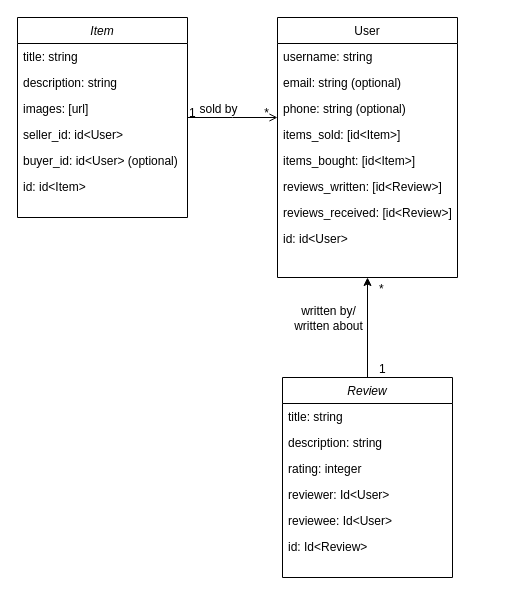
This is classdiagram.drawio from davepatel2/StuffEx---full-stack, a draw.io file, before an edit. Source tidied: cells renumbered, new cells numbered last; positions are measured from the earlier drawing's top-left corner, leaving out a move shared by most shapes. Both pictures are drawn from the tidied source at 100%, with x=0, y=0 at pixel (17, 17).
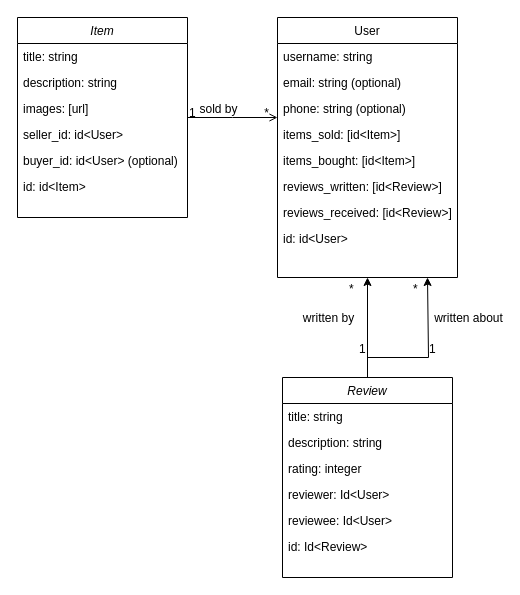
The same page after the edit.

Commit message:
Put two arrows between users and reviews

Unchanged cells that the change refers to:
```xml
<mxCell id="23" value="Review" style="swimlane;fontStyle=2;align=center;verticalAlign=top;horizontal=1;startSize=26;rounded=0;shadow=0;strokeWidth=1;" parent="1" vertex="1">
  <mxGeometry x="265" y="360" width="170" height="200" as="geometry" />
</mxCell>
```

What changed in the source:
```diff
@@
+    <mxCell id="33" style="edgeStyle=orthogonalEdgeStyle;rounded=0;jettySize=auto;html=1;" parent="1" edge="1" source="23">
+      <mxGeometry relative="1" as="geometry">
+        <mxPoint x="410" y="260" as="targetPoint" />
+        <Array as="points">
+          <mxPoint x="350" y="340" />
+          <mxPoint x="411" y="340" />
+        </Array>
+      </mxGeometry>
+    </mxCell>
@@
-    <mxCell id="30" value="written by/&lt;br&gt;written about" style="text;html=1;align=center;verticalAlign=middle;labelBackgroundColor=none;rounded=0;shadow=0;strokeWidth=1;fontSize=12;" parent="1" vertex="1">
+    <mxCell id="30" value="written by" style="text;html=1;align=center;verticalAlign=middle;labelBackgroundColor=none;rounded=0;shadow=0;strokeWidth=1;fontSize=12;" parent="1" vertex="1">
       <mxGeometry x="310" y="300" as="geometry" />
     </mxCell>
     <mxCell id="31" value="*" style="align=left;verticalAlign=bottom;labelBackgroundColor=none;fontSize=12;" parent="1" vertex="1">
-      <mxGeometry x="360" y="280" as="geometry" />
+      <mxGeometry x="330" y="280" as="geometry" />
     </mxCell>
     <mxCell id="32" value="1" style="align=left;verticalAlign=bottom;labelBackgroundColor=none;fontSize=12;" parent="1" vertex="1">
-      <mxGeometry x="360" y="360" as="geometry" />
+      <mxGeometry x="340" y="340" as="geometry" />
     </mxCell>
+    <mxCell id="34" value="*" style="align=left;verticalAlign=bottom;labelBackgroundColor=none;fontSize=12;" parent="1" vertex="1">
+      <mxGeometry x="394" y="280" as="geometry" />
+    </mxCell>
+    <mxCell id="35" value="1" style="align=left;verticalAlign=bottom;labelBackgroundColor=none;fontSize=12;" parent="1" vertex="1">
+      <mxGeometry x="410" y="340" as="geometry" />
+    </mxCell>
+    <mxCell id="36" value="written about" style="text;html=1;align=center;verticalAlign=middle;labelBackgroundColor=none;rounded=0;shadow=0;strokeWidth=1;fontSize=12;" parent="1" vertex="1">
+      <mxGeometry x="450" y="300" as="geometry" />
+    </mxCell>
```
